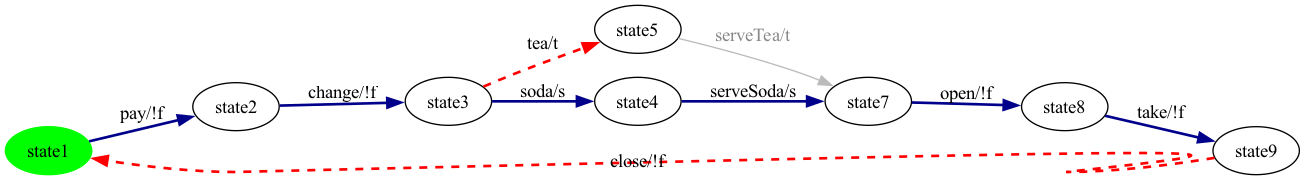
The Graphviz diagram milestone-reports/per-product-all-states/SVM/SVM-product2-walk.png in dilekozturk93/vibes, before a commit. Its source is kept beside it as milestone-reports/per-product-all-states/SVM/SVM-product2-walk.dot.
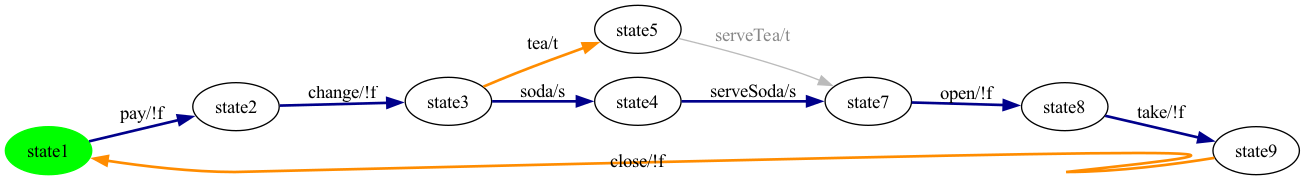
The same file after the commit.

Diff of the diagram source:
```diff
@@ -8,13 +8,13 @@
 state5 [ label = "state2" ];
 state6 [ label = "state4" ];
 state7 [ label = "state3" ];
-state1 -> state0 [ label=" close/!f ", style=dashed, color=red, penwidth=2 ];
+state1 -> state0 [ label=" close/!f ", style=bold, color=darkorange, penwidth=2 ];
 state6 -> state4 [ label=" serveSoda/s ", style=bold, color=darkblue, penwidth=2 ];
 state2 -> state4 [ label=" serveTea/t ", color="#bbbbbb", fontcolor="#888888" ];
 state5 -> state7 [ label=" change/!f ", style=bold, color=darkblue, penwidth=2 ];
 state3 -> state1 [ label=" take/!f ", style=bold, color=darkblue, penwidth=2 ];
 state0 -> state5 [ label=" pay/!f ", style=bold, color=darkblue, penwidth=2 ];
 state4 -> state3 [ label=" open/!f ", style=bold, color=darkblue, penwidth=2 ];
-state7 -> state2 [ label=" tea/t ", style=dashed, color=red, penwidth=2 ];
+state7 -> state2 [ label=" tea/t ", style=bold, color=darkorange, penwidth=2 ];
 state7 -> state6 [ label=" soda/s ", style=bold, color=darkblue, penwidth=2 ];
 }
```
